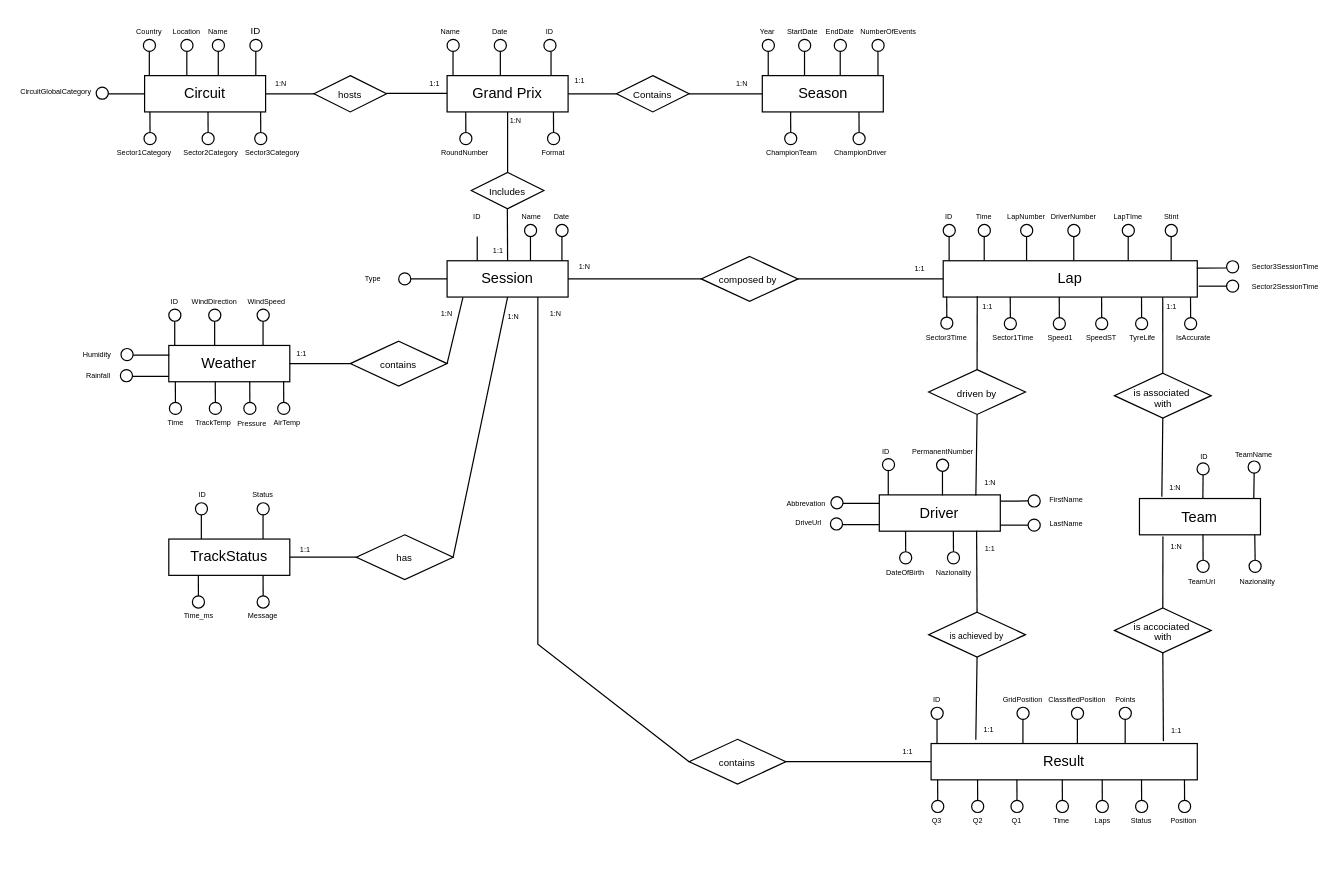
This is page "e-r" (5 of 6) of docs/diagrams/editable/re_engineering.drawio from GiuseppeRudi/groundeffect-f1-dw, a draw.io file, before an edit. Source tidied: cells renumbered, new cells numbered last; positions are measured from the earlier drawing's top-left corner, leaving out a move shared by most shapes. Both pictures are drawn from the tidied source at 121%, with x=0, y=0 at pixel (38, 23).
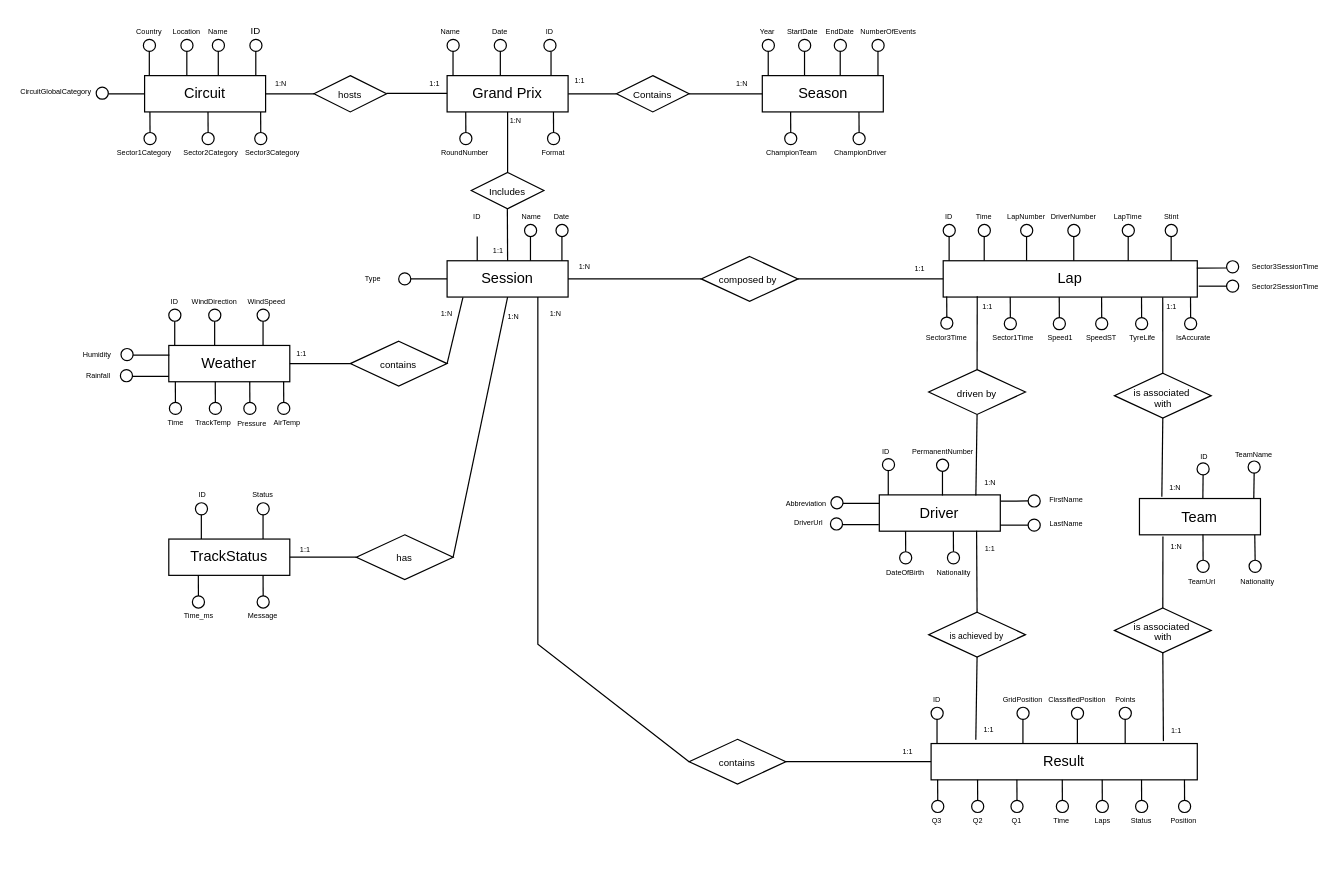
After the change.

Diff of the diagram source:
```diff
@@
-    <mxCell id="217" value="&lt;div style=&quot;line-height: 60%;&quot;&gt;&lt;font style=&quot;font-size: 8px; line-height: 60%;&quot;&gt;is accociated&amp;nbsp;&lt;/font&gt;&lt;div&gt;&lt;font style=&quot;font-size: 8px; line-height: 60%;&quot;&gt;with&lt;/font&gt;&lt;/div&gt;&lt;/div&gt;" style="rhombus;whiteSpace=wrap;html=1;" parent="1" vertex="1">
+    <mxCell id="217" value="&lt;div style=&quot;line-height: 60%;&quot;&gt;&lt;font style=&quot;font-size: 8px; line-height: 60%;&quot;&gt;is associated&amp;nbsp;&lt;/font&gt;&lt;div&gt;&lt;font style=&quot;font-size: 8px; line-height: 60%;&quot;&gt;with&lt;/font&gt;&lt;/div&gt;&lt;/div&gt;" style="rhombus;whiteSpace=wrap;html=1;" parent="1" vertex="1">
       <mxGeometry x="889.5" y="483" width="80" height="37" as="geometry" />
     </mxCell>
@@
-    <mxCell id="278" value="&lt;font style=&quot;font-size: 6px;&quot;&gt;Nazionality&lt;/font&gt;" style="text;html=1;whiteSpace=wrap;strokeColor=none;fillColor=none;align=center;verticalAlign=middle;rounded=0;" parent="1" vertex="1">
+    <mxCell id="278" value="&lt;font style=&quot;font-size: 6px;&quot;&gt;Nationality&lt;/font&gt;" style="text;html=1;whiteSpace=wrap;strokeColor=none;fillColor=none;align=center;verticalAlign=middle;rounded=0;" parent="1" vertex="1">
       <mxGeometry x="741.5" y="446.5" width="30" height="10" as="geometry" />
     </mxCell>
@@
-    <mxCell id="285" value="&lt;span style=&quot;font-size: 6px;&quot;&gt;Abbrevation&lt;/span&gt;" style="text;html=1;whiteSpace=wrap;strokeColor=none;fillColor=none;align=center;verticalAlign=middle;rounded=0;" parent="1" vertex="1">
+    <mxCell id="285" value="&lt;span style=&quot;font-size: 6px;&quot;&gt;Abbreviation&lt;/span&gt;" style="text;html=1;whiteSpace=wrap;strokeColor=none;fillColor=none;align=center;verticalAlign=middle;rounded=0;" parent="1" vertex="1">
       <mxGeometry x="620.2" y="389.5" width="30" height="10" as="geometry" />
     </mxCell>
@@
-    <mxCell id="288" value="&lt;span style=&quot;font-size: 6px;&quot;&gt;DriveUrl&lt;/span&gt;" style="text;html=1;whiteSpace=wrap;strokeColor=none;fillColor=none;align=center;verticalAlign=middle;rounded=0;" parent="1" vertex="1">
+    <mxCell id="288" value="&lt;span style=&quot;font-size: 6px;&quot;&gt;DriverUrl&lt;/span&gt;" style="text;html=1;whiteSpace=wrap;strokeColor=none;fillColor=none;align=center;verticalAlign=middle;rounded=0;" parent="1" vertex="1">
       <mxGeometry x="621.8" y="406" width="30" height="10" as="geometry" />
     </mxCell>
@@
-    <mxCell id="297" value="&lt;font style=&quot;font-size: 6px;&quot;&gt;Nazionality&lt;/font&gt;" style="text;html=1;whiteSpace=wrap;strokeColor=none;fillColor=none;align=center;verticalAlign=middle;rounded=0;" parent="1" vertex="1">
+    <mxCell id="297" value="&lt;font style=&quot;font-size: 6px;&quot;&gt;Nationality&lt;/font&gt;" style="text;html=1;whiteSpace=wrap;strokeColor=none;fillColor=none;align=center;verticalAlign=middle;rounded=0;" parent="1" vertex="1">
       <mxGeometry x="992.5" y="455" width="30" height="10" as="geometry" />
     </mxCell>
@@
-    <mxCell id="326" value="&lt;font style=&quot;font-size: 6px;&quot;&gt;LapTIme&lt;/font&gt;" style="text;html=1;whiteSpace=wrap;strokeColor=none;fillColor=none;align=center;verticalAlign=middle;rounded=0;" parent="1" vertex="1">
+    <mxCell id="326" value="&lt;font style=&quot;font-size: 6px;&quot;&gt;LapTime&lt;/font&gt;" style="text;html=1;whiteSpace=wrap;strokeColor=none;fillColor=none;align=center;verticalAlign=middle;rounded=0;" parent="1" vertex="1">
       <mxGeometry x="886" y="153" width="30" height="10" as="geometry" />
     </mxCell>
```
